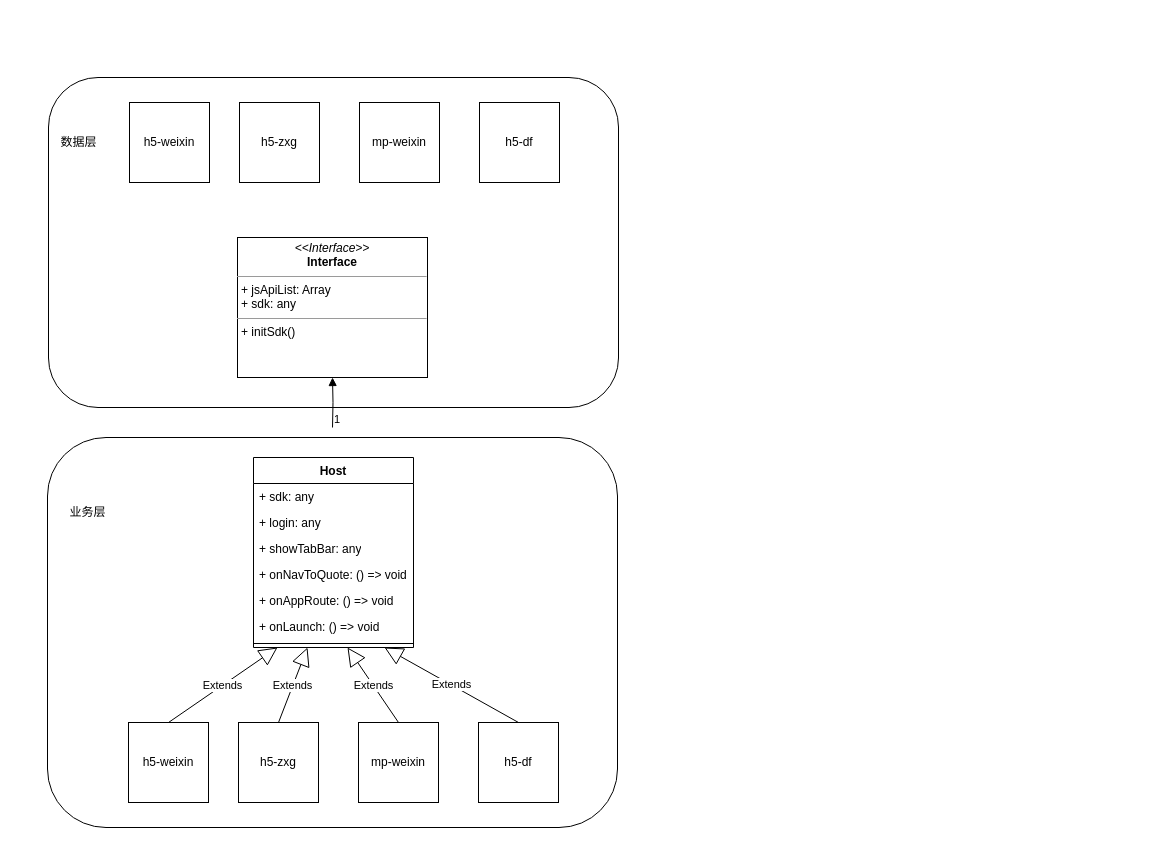
ios2014/ios-- keeps this draw.io diagram as page "第 2 页" (2 of 2) of 未命名绘图.drawio. Above is the earlier version. Source tidied: cells renumbered, new cells numbered last; positions are measured from the earlier drawing's top-left corner, leaving out a move shared by most shapes. Both pictures are drawn from the tidied source at 100%, with x=0, y=0 at pixel (47, 77).
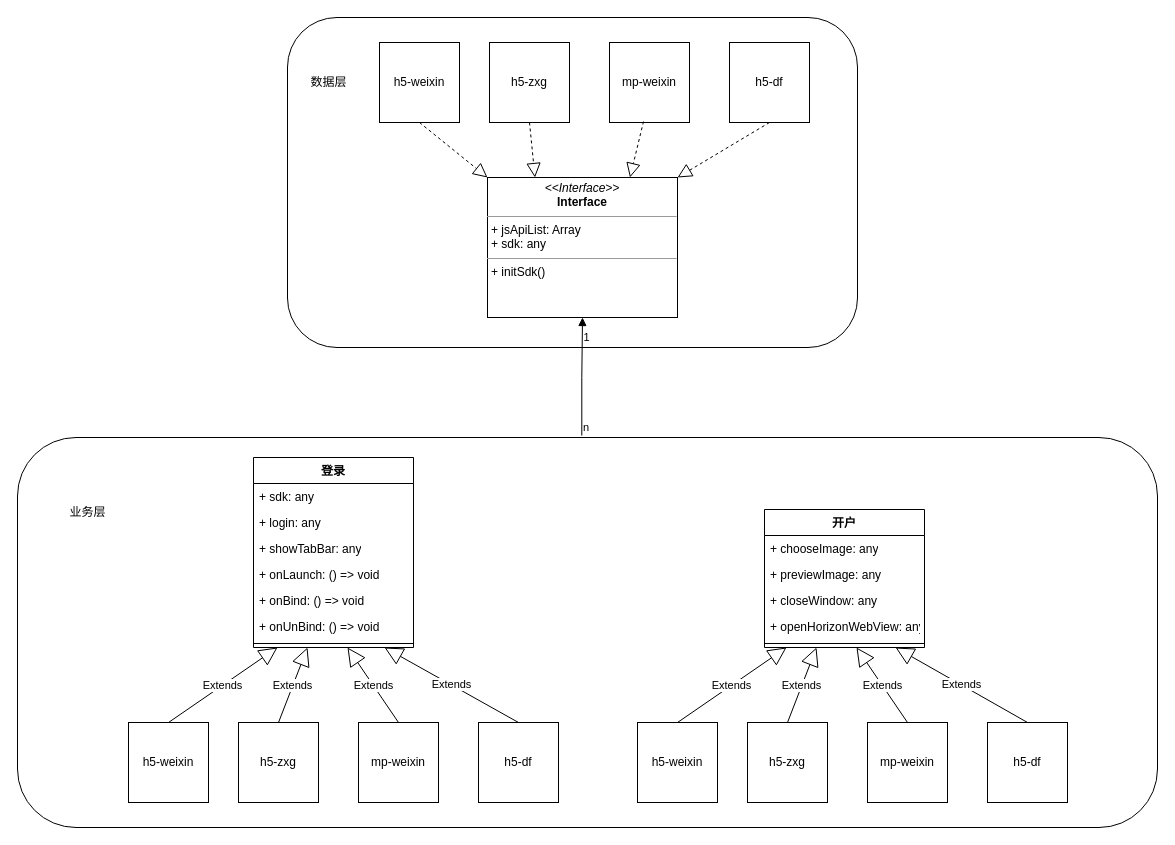
After the change.

The edit, as a diff of the source:
```diff
@@
     <mxCell id="3" style="rounded=1;whiteSpace=wrap;html=1;" parent="1" vertex="1">
-      <mxGeometry y="360" width="570" height="390" as="geometry" />
+      <mxGeometry x="-30" y="360" width="1140" height="390" as="geometry" />
     </mxCell>
@@
     <mxCell id="7" style="rounded=1;whiteSpace=wrap;html=1;" parent="1" vertex="1">
-      <mxGeometry x="1" width="570" height="330" as="geometry" />
+      <mxGeometry x="240" y="-60" width="570" height="330" as="geometry" />
     </mxCell>
@@
     <mxCell id="10" value="h5-weixin" style="whiteSpace=wrap;html=1;" parent="1" vertex="1">
-      <mxGeometry x="82" y="25" width="80" height="80" as="geometry" />
+      <mxGeometry x="332" y="-35" width="80" height="80" as="geometry" />
     </mxCell>
     <mxCell id="11" value="h5-zxg" style="whiteSpace=wrap;html=1;" parent="1" vertex="1">
-      <mxGeometry x="192" y="25" width="80" height="80" as="geometry" />
+      <mxGeometry x="442" y="-35" width="80" height="80" as="geometry" />
     </mxCell>
     <mxCell id="12" value="mp-weixin" style="whiteSpace=wrap;html=1;" parent="1" vertex="1">
-      <mxGeometry x="312" y="25" width="80" height="80" as="geometry" />
+      <mxGeometry x="562" y="-35" width="80" height="80" as="geometry" />
     </mxCell>
     <mxCell id="13" value="h5-df" style="whiteSpace=wrap;html=1;" parent="1" vertex="1">
-      <mxGeometry x="432" y="25" width="80" height="80" as="geometry" />
+      <mxGeometry x="682" y="-35" width="80" height="80" as="geometry" />
     </mxCell>
     <mxCell id="14" value="数据层" style="text;html=1;align=center;verticalAlign=middle;strokeColor=none;fillColor=none;" parent="1" vertex="1">
-      <mxGeometry x="1" y="50" width="60" height="30" as="geometry" />
+      <mxGeometry x="251" y="-10" width="60" height="30" as="geometry" />
     </mxCell>
     <mxCell id="15" value="&lt;p style=&quot;margin:0px;margin-top:4px;text-align:center;&quot;&gt;&lt;i&gt;&amp;lt;&amp;lt;Interface&amp;gt;&amp;gt;&lt;/i&gt;&lt;br&gt;&lt;b&gt;Interface&lt;/b&gt;&lt;/p&gt;&lt;hr size=&quot;1&quot;&gt;&lt;p style=&quot;margin:0px;margin-left:4px;&quot;&gt;+&amp;nbsp;jsApiList: Array&lt;/p&gt;&lt;p style=&quot;margin:0px;margin-left:4px;&quot;&gt;+&amp;nbsp;sdk:&amp;nbsp;any&lt;/p&gt;&lt;hr size=&quot;1&quot;&gt;&lt;p style=&quot;margin:0px;margin-left:4px;&quot;&gt;+&amp;nbsp;initSdk()&lt;/p&gt;" style="verticalAlign=top;align=left;overflow=fill;fontSize=12;fontFamily=Helvetica;html=1;whiteSpace=wrap;" parent="1" vertex="1">
-      <mxGeometry x="190" y="160" width="190" height="140" as="geometry" />
+      <mxGeometry x="440" y="100" width="190" height="140" as="geometry" />
     </mxCell>
-    <mxCell id="16" value="Host" style="swimlane;fontStyle=1;align=center;verticalAlign=top;horizontal=1;startSize=26;whiteSpace=wrap;html=1;" parent="1" vertex="1">
+    <mxCell id="16" value="登录" style="swimlane;fontStyle=1;align=center;verticalAlign=top;horizontal=1;startSize=26;whiteSpace=wrap;html=1;" parent="1" vertex="1">
       <mxGeometry x="206" y="380" width="160" height="190" as="geometry" />
     </mxCell>
@@
-    <mxCell id="20" value="+&amp;nbsp;onNavToQuote: () =&amp;gt; void" style="text;strokeColor=none;fillColor=none;align=left;verticalAlign=top;spacingLeft=4;spacingRight=4;overflow=hidden;whiteSpace=wrap;html=1;" parent="16" vertex="1">
+    <mxCell id="20" value="+&amp;nbsp;onLaunch: () =&amp;gt; void" style="text;strokeColor=none;fillColor=none;align=left;verticalAlign=top;spacingLeft=4;spacingRight=4;overflow=hidden;whiteSpace=wrap;html=1;" parent="16" vertex="1">
       <mxGeometry y="104" width="160" height="26" as="geometry" />
     </mxCell>
-    <mxCell id="21" value="+&amp;nbsp;onAppRoute: () =&amp;gt; void" style="text;strokeColor=none;fillColor=none;align=left;verticalAlign=top;spacingLeft=4;spacingRight=4;overflow=hidden;whiteSpace=wrap;html=1;" parent="16" vertex="1">
+    <mxCell id="21" value="+&amp;nbsp;onBind: () =&amp;gt; void" style="text;strokeColor=none;fillColor=none;align=left;verticalAlign=top;spacingLeft=4;spacingRight=4;overflow=hidden;whiteSpace=wrap;html=1;" parent="16" vertex="1">
       <mxGeometry y="130" width="160" height="26" as="geometry" />
     </mxCell>
-    <mxCell id="22" value="+&amp;nbsp;onLaunch: () =&amp;gt; void" style="text;strokeColor=none;fillColor=none;align=left;verticalAlign=top;spacingLeft=4;spacingRight=4;overflow=hidden;whiteSpace=wrap;html=1;" parent="16" vertex="1">
+    <mxCell id="22" value="+&amp;nbsp;onUnBind: () =&amp;gt; void" style="text;strokeColor=none;fillColor=none;align=left;verticalAlign=top;spacingLeft=4;spacingRight=4;overflow=hidden;whiteSpace=wrap;html=1;" parent="16" vertex="1">
       <mxGeometry y="156" width="160" height="26" as="geometry" />
     </mxCell>
@@
-    <mxCell id="24" style="endArrow=block;endFill=1;html=1;edgeStyle=orthogonalEdgeStyle;align=left;verticalAlign=top;rounded=0;entryX=0.5;entryY=1;entryDx=0;entryDy=0;" parent="1" edge="1" target="15">
-      <mxGeometry x="-1" relative="1" as="geometry">
-        <mxPoint x="285" y="350" as="sourcePoint" />
-      </mxGeometry>
+    <mxCell id="24" style="endArrow=block;endFill=1;html=1;edgeStyle=orthogonalEdgeStyle;align=left;verticalAlign=top;rounded=0;entryX=0.5;entryY=1;entryDx=0;entryDy=0;exitX=0.495;exitY=-0.005;exitDx=0;exitDy=0;exitPerimeter=0;" parent="1" edge="1" source="3" target="15">
+      <mxGeometry x="-1" relative="1" as="geometry" />
     </mxCell>
-    <mxCell id="25" value="1" style="edgeLabel;html=1;align=left;verticalAlign=bottom;" parent="24" vertex="1">
+    <mxCell id="25" value="n" style="edgeLabel;html=1;align=left;verticalAlign=bottom;" parent="24" vertex="1">
       <mxGeometry x="-1" relative="1" as="geometry" />
     </mxCell>
+    <mxCell id="30" value="1" style="edgeLabel;html=1;align=center;verticalAlign=middle;" parent="24" vertex="1">
+      <mxGeometry x="0.66" y="-3" relative="1" as="geometry" />
+    </mxCell>
@@
+    <mxCell id="31" style="endArrow=block;dashed=1;endFill=0;endSize=12;html=1;rounded=0;entryX=0.25;entryY=0;entryDx=0;entryDy=0;exitX=0.5;exitY=1;exitDx=0;exitDy=0;" parent="1" edge="1" source="11" target="15">
+      <mxGeometry relative="1" as="geometry" />
+    </mxCell>
+    <mxCell id="32" style="endArrow=block;dashed=1;endFill=0;endSize=12;html=1;rounded=0;entryX=0;entryY=0;entryDx=0;entryDy=0;exitX=0.5;exitY=1;exitDx=0;exitDy=0;" parent="1" edge="1" source="10" target="15">
+      <mxGeometry relative="1" as="geometry" />
+    </mxCell>
+    <mxCell id="33" style="endArrow=block;dashed=1;endFill=0;endSize=12;html=1;rounded=0;entryX=0.75;entryY=0;entryDx=0;entryDy=0;exitX=0.425;exitY=0.988;exitDx=0;exitDy=0;exitPerimeter=0;" parent="1" edge="1" source="12" target="15">
+      <mxGeometry relative="1" as="geometry" />
+    </mxCell>
+    <mxCell id="34" style="endArrow=block;dashed=1;endFill=0;endSize=12;html=1;rounded=0;entryX=1;entryY=0;entryDx=0;entryDy=0;exitX=0.5;exitY=1;exitDx=0;exitDy=0;" parent="1" edge="1" source="13" target="15">
+      <mxGeometry relative="1" as="geometry" />
+    </mxCell>
+    <mxCell id="35" value="h5-weixin" style="whiteSpace=wrap;html=1;" parent="1" vertex="1">
+      <mxGeometry x="590" y="645" width="80" height="80" as="geometry" />
+    </mxCell>
+    <mxCell id="36" value="h5-zxg" style="whiteSpace=wrap;html=1;" parent="1" vertex="1">
+      <mxGeometry x="700" y="645" width="80" height="80" as="geometry" />
+    </mxCell>
+    <mxCell id="37" value="mp-weixin" style="whiteSpace=wrap;html=1;" parent="1" vertex="1">
+      <mxGeometry x="820" y="645" width="80" height="80" as="geometry" />
+    </mxCell>
+    <mxCell id="38" value="h5-df" style="whiteSpace=wrap;html=1;" parent="1" vertex="1">
+      <mxGeometry x="940" y="645" width="80" height="80" as="geometry" />
+    </mxCell>
+    <mxCell id="39" value="开户" style="swimlane;fontStyle=1;align=center;verticalAlign=top;horizontal=1;startSize=26;whiteSpace=wrap;html=1;" parent="1" vertex="1">
+      <mxGeometry x="717" y="432" width="160" height="138" as="geometry" />
+    </mxCell>
+    <mxCell id="40" value="+&amp;nbsp;chooseImage:&amp;nbsp;any" style="text;strokeColor=none;fillColor=none;align=left;verticalAlign=top;spacingLeft=4;spacingRight=4;overflow=hidden;whiteSpace=wrap;html=1;" parent="39" vertex="1">
+      <mxGeometry y="26" width="160" height="26" as="geometry" />
+    </mxCell>
+    <mxCell id="41" value="+&amp;nbsp;previewImage:&amp;nbsp;any" style="text;strokeColor=none;fillColor=none;align=left;verticalAlign=top;spacingLeft=4;spacingRight=4;overflow=hidden;whiteSpace=wrap;html=1;" parent="39" vertex="1">
+      <mxGeometry y="52" width="160" height="26" as="geometry" />
+    </mxCell>
+    <mxCell id="42" value="+&amp;nbsp;closeWindow:&amp;nbsp;any" style="text;strokeColor=none;fillColor=none;align=left;verticalAlign=top;spacingLeft=4;spacingRight=4;overflow=hidden;whiteSpace=wrap;html=1;" parent="39" vertex="1">
+      <mxGeometry y="78" width="160" height="26" as="geometry" />
+    </mxCell>
+    <mxCell id="43" value="+&amp;nbsp;openHorizonWebView:&amp;nbsp;any" style="text;strokeColor=none;fillColor=none;align=left;verticalAlign=top;spacingLeft=4;spacingRight=4;overflow=hidden;whiteSpace=wrap;html=1;" parent="39" vertex="1">
+      <mxGeometry y="104" width="160" height="26" as="geometry" />
+    </mxCell>
+    <mxCell id="44" style="line;strokeWidth=1;fillColor=none;align=left;verticalAlign=middle;spacingTop=-1;spacingLeft=3;spacingRight=3;labelPosition=right;points=[];portConstraint=eastwest;strokeColor=inherit;" parent="39" vertex="1">
+      <mxGeometry y="130" width="160" height="8" as="geometry" />
+    </mxCell>
+    <mxCell id="45" value="Extends" style="endArrow=block;endSize=16;endFill=0;html=1;rounded=0;exitX=0.5;exitY=0;exitDx=0;exitDy=0;" parent="1" edge="1" source="37">
+      <mxGeometry relative="1" as="geometry">
+        <mxPoint x="809" y="570" as="targetPoint" />
+      </mxGeometry>
+    </mxCell>
+    <mxCell id="46" value="Extends" style="endArrow=block;endSize=16;endFill=0;html=1;rounded=0;exitX=0.5;exitY=0;exitDx=0;exitDy=0;" parent="1" edge="1" source="36">
+      <mxGeometry relative="1" as="geometry">
+        <mxPoint x="769" y="570" as="targetPoint" />
+      </mxGeometry>
+    </mxCell>
+    <mxCell id="47" value="Extends" style="endArrow=block;endSize=16;endFill=0;html=1;rounded=0;exitX=0.5;exitY=0;exitDx=0;exitDy=0;entryX=0.819;entryY=1;entryDx=0;entryDy=0;entryPerimeter=0;" parent="1" edge="1" source="38" target="44">
+      <mxGeometry relative="1" as="geometry" />
+    </mxCell>
+    <mxCell id="48" value="Extends" style="endArrow=block;endSize=16;endFill=0;html=1;rounded=0;exitX=0.5;exitY=0;exitDx=0;exitDy=0;" parent="1" edge="1" source="35">
+      <mxGeometry relative="1" as="geometry">
+        <mxPoint x="739" y="570" as="targetPoint" />
+      </mxGeometry>
+    </mxCell>
```
